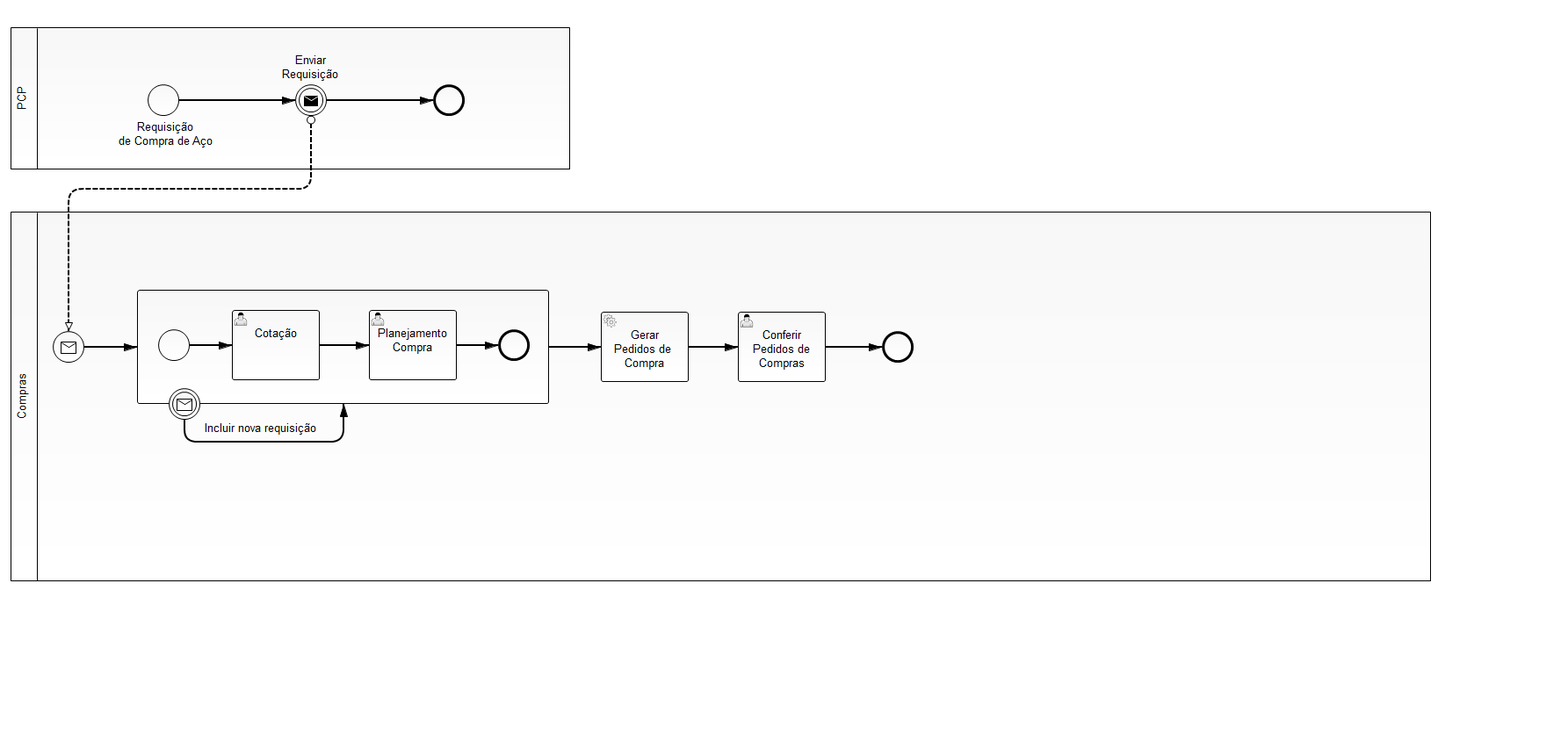
Above: bpm/purchase/request/steel/src/main/resources/process.png in altamira/altamira-data-backward (BPMN), before the change. Its source is kept beside it as bpm/purchase/request/steel/src/main/resources/process.bpmn. Ids are renumbered.
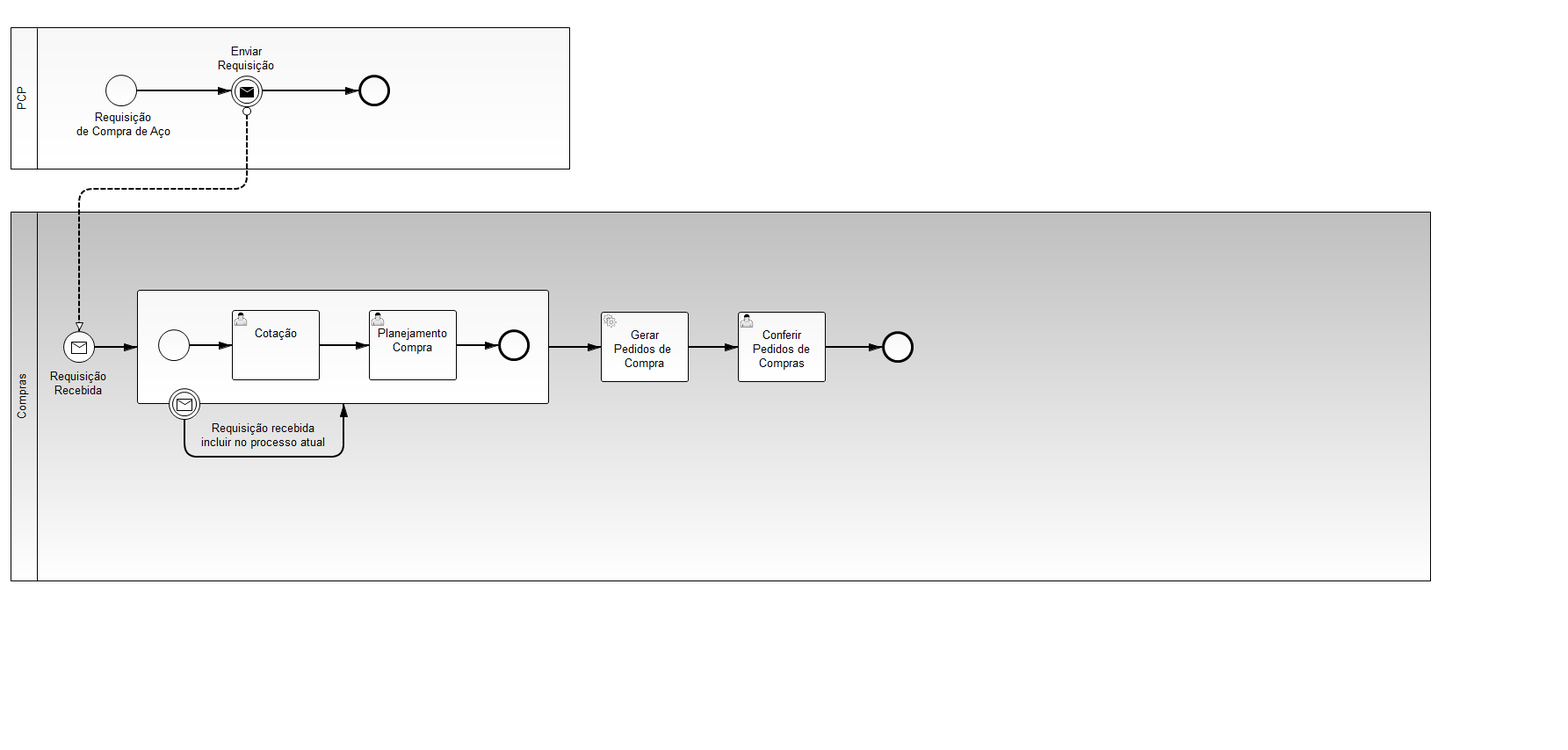
After the change.

The edit, as a diff of the source:
```diff
@@ -25,7 +25,7 @@
     <bpmn2:sequenceFlow id="SequenceFlow_1" name="" sourceRef="RequestStartEvent" targetRef="SendRequestIntermediateThrowEvent"/>
   </bpmn2:process>
   <bpmn2:process id="br.com.altamira.bpm.purchase.request.order" name="Compra de Materia Prima - Aço" isExecutable="true">
-    <bpmn2:startEvent id="PurchaseStartEvent">
+    <bpmn2:startEvent id="PurchaseStartEvent" name="Requisição&#xD;&#xA;Recebida&#xD;&#xA;">
       <bpmn2:outgoing>SequenceFlow_10</bpmn2:outgoing>
       <bpmn2:messageEventDefinition id="_MessageEventDefinition_3" messageRef="Message_1"/>
     </bpmn2:startEvent>
@@ -73,7 +73,7 @@
       </bpmn2:endEvent>
     </bpmn2:subProcess>
     <bpmn2:sequenceFlow id="SequenceFlow_6" name="" sourceRef="SubProcess_1" targetRef="GeneratePurchaseOrdersServiceTask"/>
-    <bpmn2:boundaryEvent id="IncludeRequestBoundaryEvent" name="Incluir nova requisição" attachedToRef="SubProcess_1">
+    <bpmn2:boundaryEvent id="IncludeRequestBoundaryEvent" name="Requisição recebida&#xD;&#xA;incluir no processo atual" attachedToRef="SubProcess_1">
       <bpmn2:outgoing>SequenceFlow_7</bpmn2:outgoing>
       <bpmn2:messageEventDefinition id="_MessageEventDefinition_4" messageRef="Message_2"/>
     </bpmn2:boundaryEvent>
@@ -89,24 +89,24 @@
         <dc:Bounds height="162.0" width="637.0" x="12.0" y="7.0"/>
       </bpmndi:BPMNShape>
       <bpmndi:BPMNShape id="BPMNShape_StartEvent_1" bpmnElement="RequestStartEvent">
-        <dc:Bounds height="36.0" width="36.0" x="168.0" y="72.0"/>
+        <dc:Bounds height="36.0" width="36.0" x="120.0" y="61.0"/>
         <bpmndi:BPMNLabel>
-          <dc:Bounds height="38.0" width="114.0" x="132.0" y="110.0"/>
+          <dc:Bounds height="38.0" width="114.0" x="84.0" y="99.0"/>
         </bpmndi:BPMNLabel>
       </bpmndi:BPMNShape>
       <bpmndi:BPMNShape id="_BPMNShape_IntermediateThrowEvent_3" bpmnElement="SendRequestIntermediateThrowEvent">
-        <dc:Bounds height="36.0" width="36.0" x="336.0" y="72.0"/>
+        <dc:Bounds height="36.0" width="36.0" x="263.0" y="62.0"/>
         <bpmndi:BPMNLabel>
-          <dc:Bounds height="38.0" width="70.0" x="319.0" y="34.0"/>
+          <dc:Bounds height="38.0" width="70.0" x="246.0" y="24.0"/>
         </bpmndi:BPMNLabel>
       </bpmndi:BPMNShape>
       <bpmndi:BPMNShape id="_BPMNShape_Participant_2" bpmnElement="Purchasing" isHorizontal="true">
         <dc:Bounds height="421.0" width="1617.0" x="12.0" y="217.0"/>
       </bpmndi:BPMNShape>
       <bpmndi:BPMNShape id="_BPMNShape_StartEvent_3" bpmnElement="PurchaseStartEvent">
-        <dc:Bounds height="36.0" width="36.0" x="60.0" y="353.0"/>
+        <dc:Bounds height="36.0" width="36.0" x="72.0" y="353.0"/>
         <bpmndi:BPMNLabel>
-          <dc:Bounds height="0.0" width="0.0" x="78.0" y="394.0"/>
+          <dc:Bounds height="38.0" width="70.0" x="55.0" y="394.0"/>
         </bpmndi:BPMNLabel>
       </bpmndi:BPMNShape>
       <bpmndi:BPMNShape id="_BPMNShape_UserTask_3" bpmnElement="QuotationUserTask">
@@ -123,16 +123,16 @@
         </bpmndi:BPMNLabel>
       </bpmndi:BPMNEdge>
       <bpmndi:BPMNShape id="_BPMNShape_EndEvent_13" bpmnElement="RequestMessageEndEvent">
-        <dc:Bounds height="36.0" width="36.0" x="493.0" y="72.0"/>
+        <dc:Bounds height="36.0" width="36.0" x="408.0" y="61.0"/>
         <bpmndi:BPMNLabel>
-          <dc:Bounds height="0.0" width="0.0" x="511.0" y="113.0"/>
+          <dc:Bounds height="0.0" width="0.0" x="426.0" y="102.0"/>
         </bpmndi:BPMNLabel>
       </bpmndi:BPMNShape>
       <bpmndi:BPMNEdge id="BPMNEdge_SequenceFlow_16" bpmnElement="SequenceFlow_16" sourceElement="_BPMNShape_IntermediateThrowEvent_3" targetElement="_BPMNShape_EndEvent_13">
-        <di:waypoint xsi:type="dc:Point" x="372.0" y="90.0"/>
-        <di:waypoint xsi:type="dc:Point" x="493.0" y="90.0"/>
+        <di:waypoint xsi:type="dc:Point" x="299.0" y="80.0"/>
+        <di:waypoint xsi:type="dc:Point" x="408.0" y="79.0"/>
         <bpmndi:BPMNLabel>
-          <dc:Bounds height="6.0" width="6.0" x="394.0" y="90.0"/>
+          <dc:Bounds height="6.0" width="6.0" x="321.0" y="80.0"/>
         </bpmndi:BPMNLabel>
       </bpmndi:BPMNEdge>
       <bpmndi:BPMNShape id="_BPMNShape_ServiceTask_3" bpmnElement="GeneratePurchaseOrdersServiceTask">
@@ -162,10 +162,10 @@
         </bpmndi:BPMNLabel>
       </bpmndi:BPMNEdge>
       <bpmndi:BPMNEdge id="BPMNEdge_SequenceFlow_1" bpmnElement="SequenceFlow_1" sourceElement="BPMNShape_StartEvent_1" targetElement="_BPMNShape_IntermediateThrowEvent_3">
-        <di:waypoint xsi:type="dc:Point" x="204.0" y="90.0"/>
-        <di:waypoint xsi:type="dc:Point" x="336.0" y="90.0"/>
+        <di:waypoint xsi:type="dc:Point" x="156.0" y="79.0"/>
+        <di:waypoint xsi:type="dc:Point" x="263.0" y="80.0"/>
         <bpmndi:BPMNLabel>
-          <dc:Bounds height="6.0" width="6.0" x="291.0" y="90.0"/>
+          <dc:Bounds height="6.0" width="6.0" x="187.0" y="79.0"/>
         </bpmndi:BPMNLabel>
       </bpmndi:BPMNEdge>
       <bpmndi:BPMNShape id="_BPMNShape_SubProcess_2" bpmnElement="SubProcess_1" isExpanded="true">
@@ -207,32 +207,32 @@
       <bpmndi:BPMNShape id="_BPMNShape_BoundaryEvent_11" bpmnElement="IncludeRequestBoundaryEvent">
         <dc:Bounds height="36.0" width="36.0" x="192.0" y="418.0"/>
         <bpmndi:BPMNLabel>
-          <dc:Bounds height="22.0" width="133.0" x="231.0" y="453.0"/>
+          <dc:Bounds height="38.0" width="147.0" x="227.0" y="453.0"/>
         </bpmndi:BPMNLabel>
       </bpmndi:BPMNShape>
       <bpmndi:BPMNEdge id="BPMNEdge_SequenceFlow_7" bpmnElement="SequenceFlow_7" sourceElement="_BPMNShape_BoundaryEvent_11" targetElement="_BPMNShape_SubProcess_2">
         <di:waypoint xsi:type="dc:Point" x="210.0" y="454.0"/>
-        <di:waypoint xsi:type="dc:Point" x="210.0" y="479.0"/>
-        <di:waypoint xsi:type="dc:Point" x="391.0" y="479.0"/>
+        <di:waypoint xsi:type="dc:Point" x="210.0" y="496.0"/>
+        <di:waypoint xsi:type="dc:Point" x="391.0" y="496.0"/>
         <di:waypoint xsi:type="dc:Point" x="391.0" y="436.0"/>
         <bpmndi:BPMNLabel>
           <dc:Bounds height="6.0" width="6.0" x="207.0" y="463.0"/>
         </bpmndi:BPMNLabel>
       </bpmndi:BPMNEdge>
       <bpmndi:BPMNEdge id="BPMNEdge_SequenceFlow_10" bpmnElement="SequenceFlow_10" sourceElement="_BPMNShape_StartEvent_3" targetElement="_BPMNShape_SubProcess_2">
-        <di:waypoint xsi:type="dc:Point" x="96.0" y="371.0"/>
+        <di:waypoint xsi:type="dc:Point" x="108.0" y="371.0"/>
         <di:waypoint xsi:type="dc:Point" x="156.0" y="371.0"/>
         <bpmndi:BPMNLabel>
-          <dc:Bounds height="6.0" width="6.0" x="123.0" y="371.0"/>
+          <dc:Bounds height="6.0" width="6.0" x="135.0" y="371.0"/>
         </bpmndi:BPMNLabel>
       </bpmndi:BPMNEdge>
       <bpmndi:BPMNEdge id="BPMNEdge_MessageFlow_1" bpmnElement="MessageFlow_1" sourceElement="_BPMNShape_IntermediateThrowEvent_3" targetElement="_BPMNShape_StartEvent_3">
-        <di:waypoint xsi:type="dc:Point" x="354.0" y="108.0"/>
-        <di:waypoint xsi:type="dc:Point" x="354.0" y="191.0"/>
-        <di:waypoint xsi:type="dc:Point" x="78.0" y="191.0"/>
-        <di:waypoint xsi:type="dc:Point" x="78.0" y="353.0"/>
+        <di:waypoint xsi:type="dc:Point" x="281.0" y="98.0"/>
+        <di:waypoint xsi:type="dc:Point" x="281.0" y="191.0"/>
+        <di:waypoint xsi:type="dc:Point" x="90.0" y="191.0"/>
+        <di:waypoint xsi:type="dc:Point" x="90.0" y="353.0"/>
         <bpmndi:BPMNLabel>
-          <dc:Bounds height="6.0" width="6.0" x="192.0" y="191.0"/>
+          <dc:Bounds height="6.0" width="6.0" x="129.0" y="191.0"/>
         </bpmndi:BPMNLabel>
       </bpmndi:BPMNEdge>
     </bpmndi:BPMNPlane>
```
